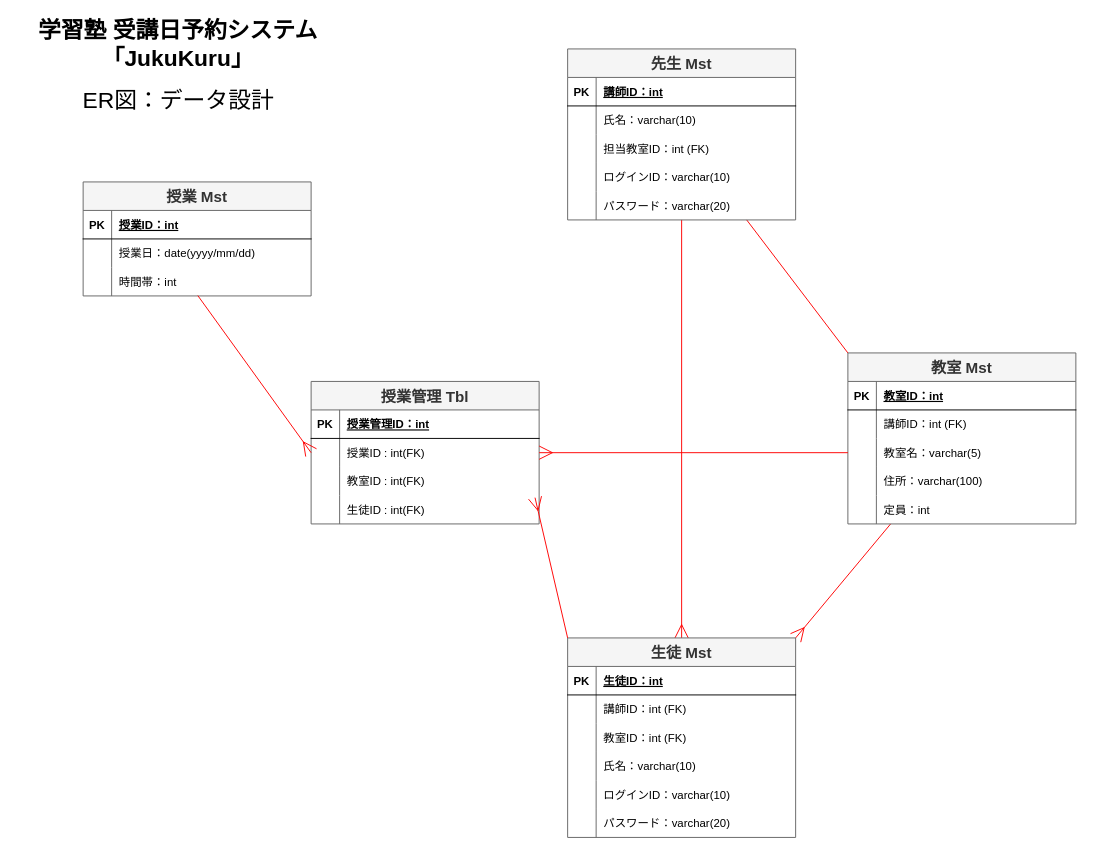
This is 00_設計/06_詳細設計_ER図.drawio from EijiToriki/JukuKuru_React-Spring, a draw.io file, before an edit. Source tidied: cells renumbered, new cells numbered last; positions are measured from the earlier drawing's top-left corner, leaving out a move shared by most shapes. Both pictures are drawn from the tidied source at 95%, with x=0, y=0 at pixel (16, 29).
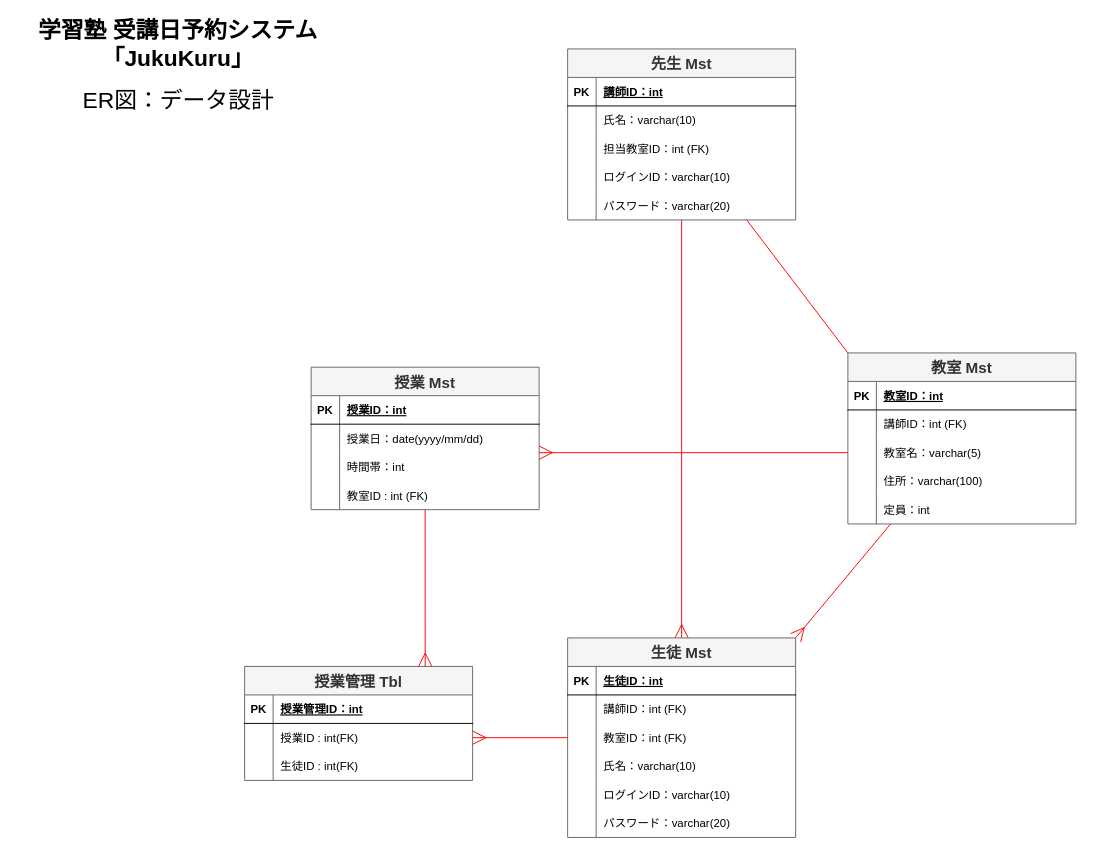
After the change.

The change refers to these unchanged cells:
```xml
<mxCell id="30" style="shape=tableRow;horizontal=0;startSize=0;swimlaneHead=0;swimlaneBody=0;fillColor=none;points=[[0,0.5],[1,0.5]];portConstraint=eastwest;top=0;left=0;right=0;bottom=0;" parent="23" vertex="1">
  <mxGeometry y="90" width="240" height="30" as="geometry" />
</mxCell>
<mxCell id="39" value="生徒 Mst" style="shape=table;startSize=30;childLayout=tableLayout;rowLines=0;fontStyle=1;align=center;fillColor=#f5f5f5;fontColor=#333333;strokeColor=#666666;fontSize=16;" parent="1" vertex="1">
  <mxGeometry x="580" y="640" width="240" height="210" as="geometry" />
</mxCell>
<mxCell id="46" style="shape=tableRow;horizontal=0;startSize=0;swimlaneHead=0;swimlaneBody=0;fillColor=none;points=[[0,0.5],[1,0.5]];portConstraint=eastwest;top=0;left=0;right=0;bottom=0;" parent="39" vertex="1">
  <mxGeometry y="90" width="240" height="30" as="geometry" />
</mxCell>
<mxCell id="65" style="shape=tableRow;horizontal=0;startSize=0;swimlaneHead=0;swimlaneBody=0;fillColor=none;points=[[0,0.5],[1,0.5]];portConstraint=eastwest;top=0;left=0;right=0;bottom=0;" parent="58" vertex="1">
  <mxGeometry y="90" width="240" height="30" as="geometry" />
</mxCell>
<mxCell id="72" style="shape=tableRow;horizontal=0;startSize=0;swimlaneHead=0;swimlaneBody=0;fillColor=none;points=[[0,0.5],[1,0.5]];portConstraint=eastwest;top=0;left=0;right=0;bottom=0;" parent="68" vertex="1">
  <mxGeometry y="60" width="240" height="30" as="geometry" />
</mxCell>
<mxCell id="75" style="shape=tableRow;horizontal=0;startSize=0;swimlaneHead=0;swimlaneBody=0;fillColor=none;points=[[0,0.5],[1,0.5]];portConstraint=eastwest;top=0;left=0;right=0;bottom=0;" parent="68" vertex="1">
  <mxGeometry y="90" width="240" height="30" as="geometry" />
</mxCell>
```

What changed in the source:
```diff
@@
+    <mxCell id="84" style="edgeStyle=none;html=1;strokeColor=#FF0000;endArrow=ERmany;endFill=0;endSize=12;startSize=12;entryX=0.792;entryY=0;entryDx=0;entryDy=0;entryPerimeter=0;" parent="1" edge="1" source="58" target="68">
+      <mxGeometry relative="1" as="geometry" />
+    </mxCell>
     <mxCell id="58" value="授業 Mst" style="shape=table;startSize=30;childLayout=tableLayout;rowLines=0;fontStyle=1;align=center;fillColor=#f5f5f5;fontColor=#333333;strokeColor=#666666;fontSize=16;" parent="1" vertex="1">
-      <mxGeometry x="70" y="160" width="240" height="120" as="geometry" />
+      <mxGeometry x="310" y="355" width="240" height="150" as="geometry" />
     </mxCell>
@@
+    <mxCell id="80" style="shape=tableRow;horizontal=0;startSize=0;swimlaneHead=0;swimlaneBody=0;fillColor=none;top=0;left=0;right=0;bottom=0;" parent="58" vertex="1">
+      <mxGeometry y="120" width="240" height="30" as="geometry" />
+    </mxCell>
+    <mxCell id="85" style="shape=partialRectangle;fillColor=none;top=0;left=0;bottom=0;right=0;overflow=hidden;" parent="80" vertex="1">
+      <mxGeometry width="30" height="30" as="geometry" />
+    </mxCell>
+    <mxCell id="86" value="教室ID : int (FK)" style="shape=partialRectangle;fillColor=none;top=0;left=0;bottom=0;right=0;align=left;spacingLeft=6;overflow=hidden;" parent="80" vertex="1">
+      <mxGeometry x="30" width="210" height="30" as="geometry" />
+    </mxCell>
+    <mxCell id="82" style="edgeStyle=none;html=1;entryX=1;entryY=0.5;entryDx=0;entryDy=0;strokeColor=#FF0000;endArrow=ERmany;endFill=0;endSize=12;exitX=0;exitY=0.5;exitDx=0;exitDy=0;" parent="1" edge="1" source="30">
+      <mxGeometry relative="1" as="geometry">
+        <mxPoint x="550" y="445" as="targetPoint" />
+      </mxGeometry>
+    </mxCell>
+    <mxCell id="83" style="edgeStyle=none;html=1;strokeColor=#FF0000;endArrow=ERmany;endFill=0;endSize=12;exitX=0;exitY=0.5;exitDx=0;exitDy=0;" parent="1" edge="1" source="46">
+      <mxGeometry relative="1" as="geometry">
+        <mxPoint x="480" y="745" as="targetPoint" />
+      </mxGeometry>
+    </mxCell>
     <mxCell id="68" value="授業管理 Tbl" style="shape=table;startSize=30;childLayout=tableLayout;rowLines=0;fontStyle=1;align=center;fillColor=#f5f5f5;fontColor=#333333;strokeColor=#666666;fontSize=16;" parent="1" vertex="1">
-      <mxGeometry x="310" y="370" width="240" height="150" as="geometry" />
+      <mxGeometry x="240" y="670" width="240" height="120" as="geometry" />
     </mxCell>
@@
-    <mxCell id="73" style="shape=partialRectangle;fillColor=none;top=0;left=0;bottom=0;right=0;overflow=hidden;" parent="72" vertex="1">
-      <mxGeometry width="30" height="30" as="geometry" />
-    </mxCell>
+    <mxCell id="87" style="shape=partialRectangle;fillColor=none;top=0;left=0;bottom=0;right=0;overflow=hidden;" parent="72" vertex="1">
+      <mxGeometry width="30" height="30" as="geometry" />
+    </mxCell>
@@
-    <mxCell id="76" style="shape=partialRectangle;fillColor=none;top=0;left=0;bottom=0;right=0;overflow=hidden;" parent="75" vertex="1">
-      <mxGeometry width="30" height="30" as="geometry" />
-    </mxCell>
-    <mxCell id="77" value="教室ID : int(FK)" style="shape=partialRectangle;fillColor=none;top=0;left=0;bottom=0;right=0;align=left;spacingLeft=6;overflow=hidden;" parent="75" vertex="1">
-      <mxGeometry x="30" width="210" height="30" as="geometry" />
-    </mxCell>
-    <mxCell id="78" style="shape=tableRow;horizontal=0;startSize=0;swimlaneHead=0;swimlaneBody=0;fillColor=none;top=0;left=0;right=0;bottom=0;" parent="68" vertex="1">
-      <mxGeometry y="120" width="240" height="30" as="geometry" />
-    </mxCell>
-    <mxCell id="79" style="shape=partialRectangle;fillColor=none;top=0;left=0;bottom=0;right=0;overflow=hidden;" parent="78" vertex="1">
-      <mxGeometry width="30" height="30" as="geometry" />
-    </mxCell>
-    <mxCell id="80" value="生徒ID : int(FK)" style="shape=partialRectangle;fillColor=none;top=0;left=0;bottom=0;right=0;align=left;spacingLeft=6;overflow=hidden;" parent="78" vertex="1">
-      <mxGeometry x="30" width="210" height="30" as="geometry" />
-    </mxCell>
-    <mxCell id="81" style="edgeStyle=none;html=1;entryX=0;entryY=0.5;entryDx=0;entryDy=0;strokeColor=#FF0000;endArrow=ERmany;endFill=0;endSize=12;exitX=0.503;exitY=0.988;exitDx=0;exitDy=0;exitPerimeter=0;" parent="1" edge="1" source="65" target="72">
-      <mxGeometry relative="1" as="geometry" />
-    </mxCell>
-    <mxCell id="82" style="edgeStyle=none;html=1;entryX=1;entryY=0.5;entryDx=0;entryDy=0;strokeColor=#FF0000;endArrow=ERmany;endFill=0;endSize=12;exitX=0;exitY=0.5;exitDx=0;exitDy=0;" parent="1" edge="1" source="30" target="72">
-      <mxGeometry relative="1" as="geometry" />
-    </mxCell>
-    <mxCell id="83" style="edgeStyle=none;html=1;entryX=0.982;entryY=1.078;entryDx=0;entryDy=0;entryPerimeter=0;strokeColor=#FF0000;endArrow=ERmany;endFill=0;endSize=12;exitX=0;exitY=0;exitDx=0;exitDy=0;" parent="1" edge="1" source="39" target="75">
-      <mxGeometry relative="1" as="geometry" />
-    </mxCell>
+    <mxCell id="88" style="shape=partialRectangle;fillColor=none;top=0;left=0;bottom=0;right=0;overflow=hidden;" parent="75" vertex="1">
+      <mxGeometry width="30" height="30" as="geometry" />
+    </mxCell>
+    <mxCell id="89" value="生徒ID : int(FK)" style="shape=partialRectangle;fillColor=none;top=0;left=0;bottom=0;right=0;align=left;spacingLeft=6;overflow=hidden;" parent="75" vertex="1">
+      <mxGeometry x="30" width="210" height="30" as="geometry" />
+    </mxCell>
```
